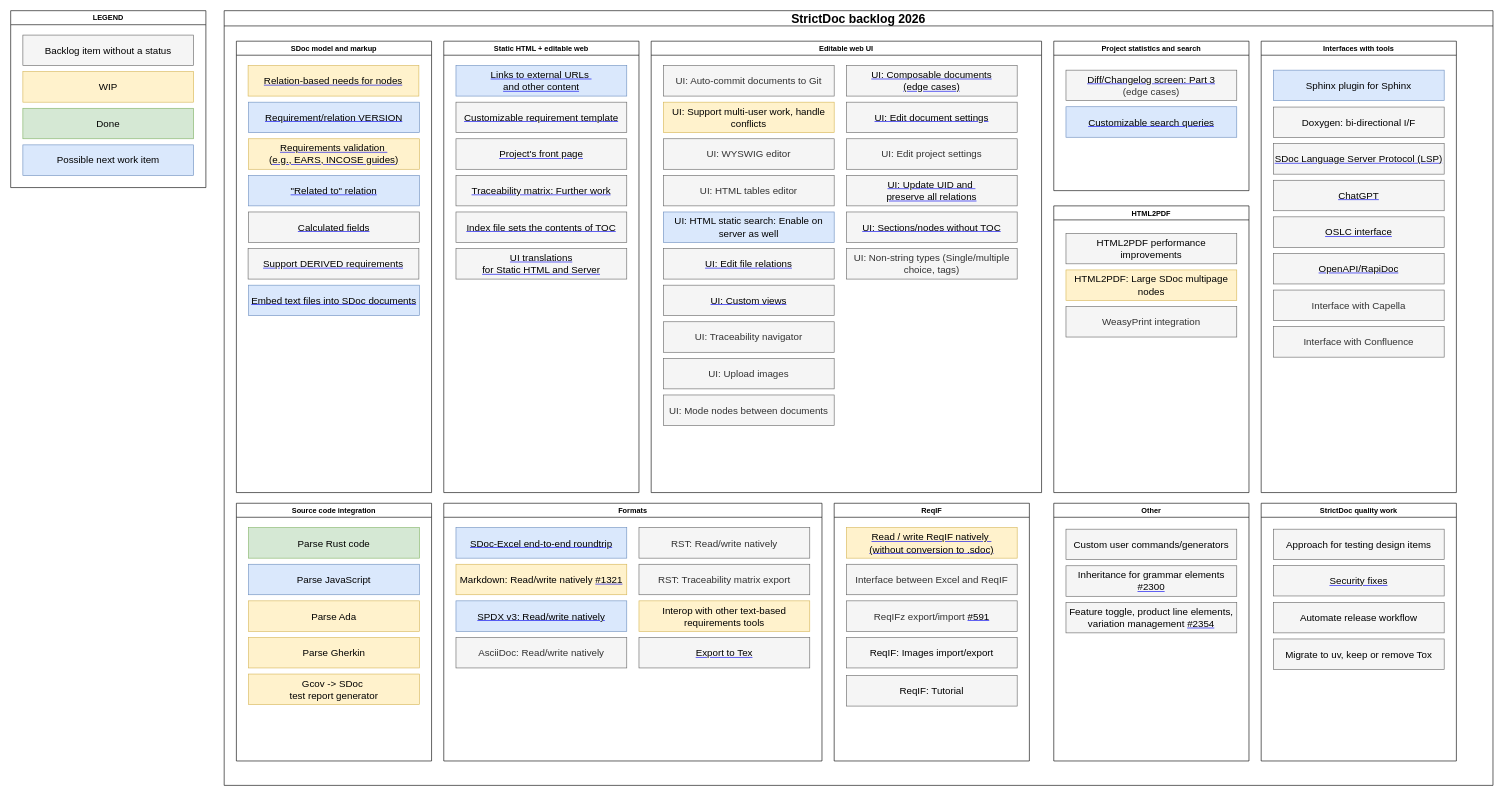
The draw.io diagram page "Backlog — 2026" (1 of 2) of developer/drawio/Backlog.drawio in strictdoc-project/strictdoc, before the edit. Source tidied: cells renumbered, new cells numbered last; positions are measured from the earlier drawing's top-left corner, leaving out a move shared by most shapes. Both pictures are drawn from the tidied source at 61%, with x=0, y=0 at pixel (10, 10).
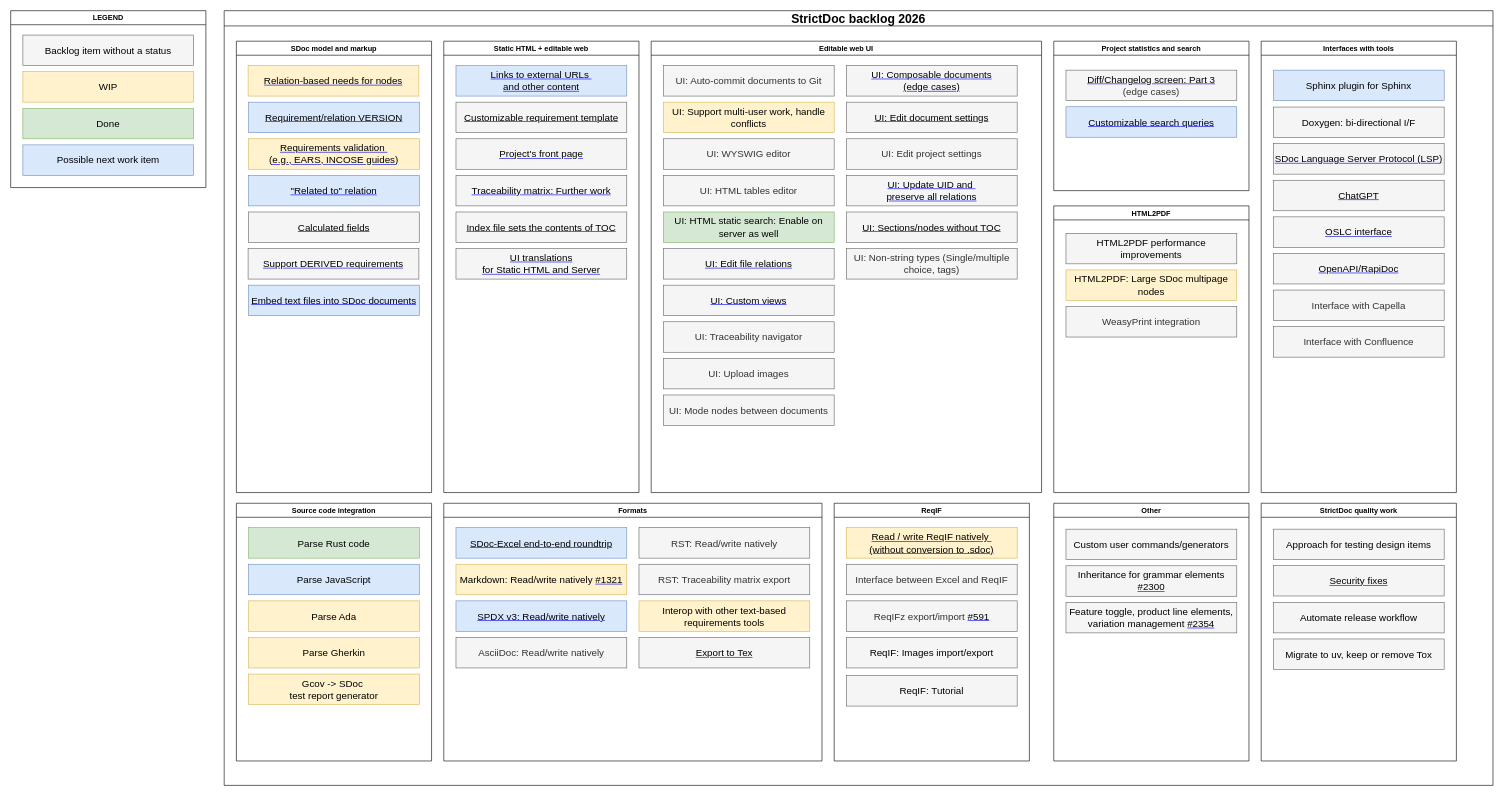
After the change.

Unchanged cells that the change refers to:
```xml
<mxCell id="24" value="Editable web UI" style="swimlane;" parent="2" vertex="1">
  <mxGeometry x="700" y="50" width="640" height="740" as="geometry" />
</mxCell>
```

The edit, as a diff of the source:
```diff
@@
-    <mxCell id="29" value="UI: HTML static search: Enable on server as well" style="text;html=1;strokeColor=#6c8ebf;fillColor=#dae8fc;align=center;verticalAlign=middle;whiteSpace=wrap;rounded=0;fontStyle=0;fontSize=16;" parent="24" vertex="1">
+    <mxCell id="29" value="UI: HTML static search: Enable on server as well" style="text;html=1;strokeColor=#82b366;fillColor=#d5e8d4;align=center;verticalAlign=middle;whiteSpace=wrap;rounded=0;fontStyle=0;fontSize=16;" parent="24" vertex="1">
       <mxGeometry x="20" y="280" width="280" height="50" as="geometry" />
     </mxCell>
```
